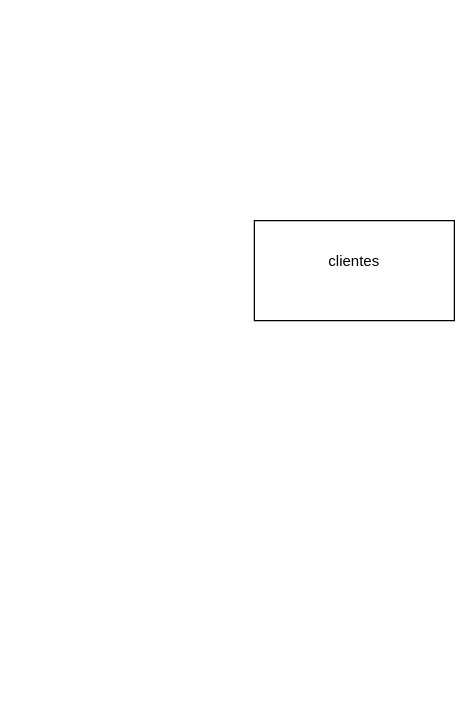
This is Untitled Diagram.drawio from Zetaweek/fdsw-github-jose-maria-correa, a draw.io file, before an edit. Source tidied: cells renumbered, new cells numbered last; positions are measured from the earlier drawing's top-left corner, leaving out a move shared by most shapes. Both pictures are drawn from the tidied source at 125%, with x=0, y=0 at pixel (254, 220).
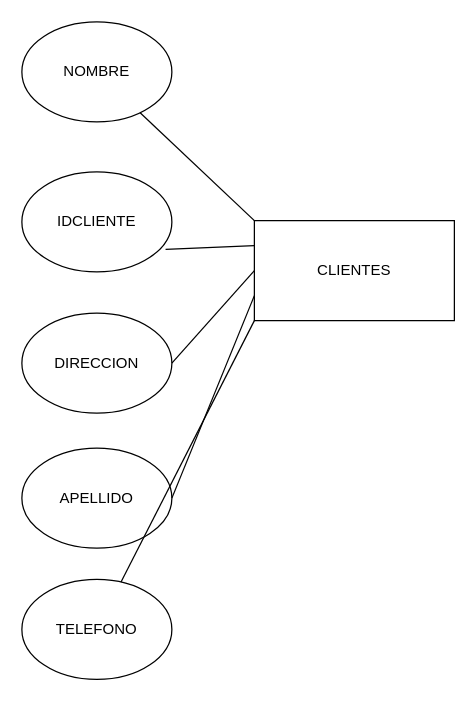
The same diagram, later.

Diff of the diagram source:
```diff
@@
 <mxGraphModel>
   <root>
     <mxCell id="0" />
     <mxCell id="1" parent="0" />
-    <mxCell id="2" value="clientes&lt;div&gt;&lt;br&gt;&lt;/div&gt;" style="rounded=0;whiteSpace=wrap;html=1;" parent="1" vertex="1">
+    <mxCell id="2" value="CLIENTES" style="rounded=0;whiteSpace=wrap;html=1;" parent="1" vertex="1">
       <mxGeometry width="160" height="80" as="geometry" />
     </mxCell>
+    <mxCell id="3" value="NOMBRE" style="ellipse;whiteSpace=wrap;html=1;" parent="1" vertex="1">
+      <mxGeometry x="-186" y="-159" width="120" height="80" as="geometry" />
+    </mxCell>
+    <mxCell id="4" value="DIRECCION" style="ellipse;whiteSpace=wrap;html=1;" parent="1" vertex="1">
+      <mxGeometry x="-186" y="74" width="120" height="80" as="geometry" />
+    </mxCell>
+    <mxCell id="5" value="IDCLIENTE" style="ellipse;whiteSpace=wrap;html=1;" parent="1" vertex="1">
+      <mxGeometry x="-186" y="-39" width="120" height="80" as="geometry" />
+    </mxCell>
+    <mxCell id="6" value="APELLIDO" style="ellipse;whiteSpace=wrap;html=1;" parent="1" vertex="1">
+      <mxGeometry x="-186" y="182" width="120" height="80" as="geometry" />
+    </mxCell>
+    <mxCell id="7" value="TELEFONO" style="ellipse;whiteSpace=wrap;html=1;" parent="1" vertex="1">
+      <mxGeometry x="-186" y="287" width="120" height="80" as="geometry" />
+    </mxCell>
+    <mxCell id="8" style="endArrow=none;html=1;rounded=0;fontSize=12;startSize=8;endSize=8;curved=1;exitX=0;exitY=0;exitDx=0;exitDy=0;" parent="1" edge="1" source="2" target="3">
+      <mxGeometry relative="1" as="geometry" />
+    </mxCell>
+    <mxCell id="9" style="endArrow=none;html=1;rounded=0;fontSize=12;startSize=8;endSize=8;curved=1;entryX=0.958;entryY=0.775;entryDx=0;entryDy=0;entryPerimeter=0;exitX=0;exitY=0.25;exitDx=0;exitDy=0;" parent="1" edge="1" source="2" target="5">
+      <mxGeometry relative="1" as="geometry" />
+    </mxCell>
+    <mxCell id="10" style="endArrow=none;html=1;rounded=0;fontSize=12;startSize=8;endSize=8;curved=1;exitX=1;exitY=0.5;exitDx=0;exitDy=0;entryX=0;entryY=0.5;entryDx=0;entryDy=0;" parent="1" edge="1" source="4" target="2">
+      <mxGeometry relative="1" as="geometry" />
+    </mxCell>
+    <mxCell id="11" style="endArrow=none;html=1;rounded=0;fontSize=12;startSize=8;endSize=8;curved=1;exitX=1;exitY=0.5;exitDx=0;exitDy=0;entryX=0;entryY=0.75;entryDx=0;entryDy=0;" parent="1" edge="1" source="6" target="2">
+      <mxGeometry relative="1" as="geometry" />
+    </mxCell>
+    <mxCell id="12" style="endArrow=none;html=1;rounded=0;fontSize=12;startSize=8;endSize=8;curved=1;entryX=0;entryY=1;entryDx=0;entryDy=0;" parent="1" edge="1" source="7" target="2">
+      <mxGeometry relative="1" as="geometry" />
+    </mxCell>
   </root>
 </mxGraphModel>
```
